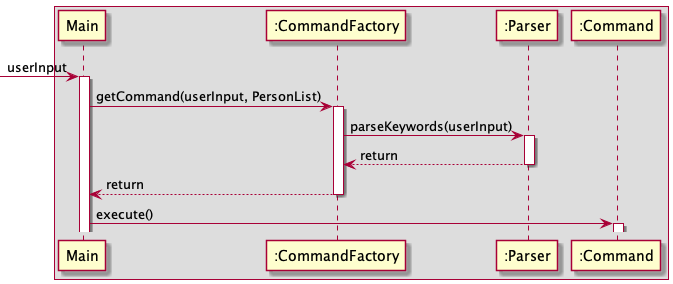
This is docs/images/CommandFactorySequence.png from nus-cs2113-AY2122S2/tp, a PlantUML export, as it was before one commit.
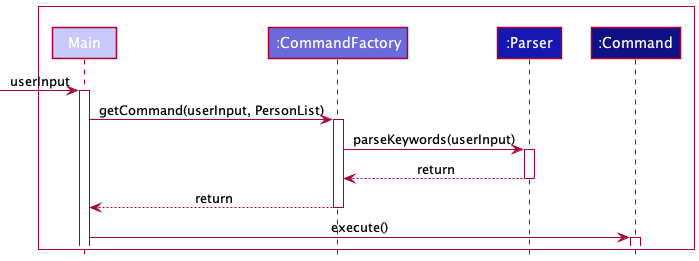
Above is the later version.

The edit, as a diff of the source:
```diff
@@ -1,10 +1,11 @@
 @startuml
+!include style.puml
 
-Box
-    participant Main
-    participant ":CommandFactory" as CommandFactory
-    participant ":Parser" as Parser
-    participant ":Command" as Command
+Box " "#WHITE
+    participant Main LOGIC_COLOR_T1
+    participant ":CommandFactory" as CommandFactory LOGIC_COLOR_T2
+    participant ":Parser" as Parser LOGIC_COLOR_T3
+    participant ":Command" as Command LOGIC_COLOR_T4
 
 end Box
 
```
